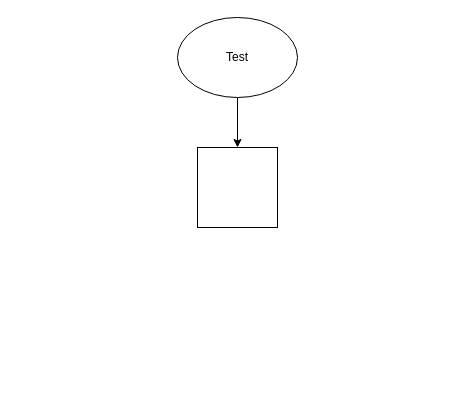
Above: First.drawio in johnhjwsosd/diagramRep (draw.io), before the change. Source tidied: cells renumbered, new cells numbered last; positions are measured from the earlier drawing's top-left corner, leaving out a move shared by most shapes. Both pictures are drawn from the tidied source at 100%, with x=0, y=0 at pixel (177, 17).
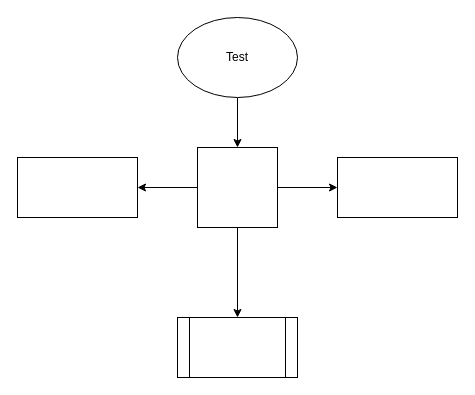
The same page after the edit.

What changed in the source:
```diff
@@
 <mxGraphModel>
   <root>
     <mxCell id="0" />
     <mxCell id="1" parent="0" />
     <mxCell id="2" style="edgeStyle=orthogonalEdgeStyle;rounded=0;jettySize=auto;html=1;exitX=0.5;exitY=1;exitDx=0;exitDy=0;entryX=0.5;entryY=0;entryDx=0;entryDy=0;" parent="1" edge="1" source="3" target="4">
       <mxGeometry relative="1" as="geometry" />
     </mxCell>
     <mxCell id="3" value="Test" style="ellipse;whiteSpace=wrap;html=1;" parent="1" vertex="1">
       <mxGeometry width="120" height="80" as="geometry" />
     </mxCell>
+    <mxCell id="5" style="edgeStyle=orthogonalEdgeStyle;rounded=0;jettySize=auto;html=1;" parent="1" edge="1" source="4" target="8">
+      <mxGeometry relative="1" as="geometry" />
+    </mxCell>
+    <mxCell id="6" style="edgeStyle=orthogonalEdgeStyle;rounded=0;jettySize=auto;html=1;" parent="1" edge="1" source="4" target="9">
+      <mxGeometry relative="1" as="geometry" />
+    </mxCell>
+    <mxCell id="7" style="edgeStyle=orthogonalEdgeStyle;rounded=0;jettySize=auto;html=1;" parent="1" edge="1" source="4" target="10">
+      <mxGeometry relative="1" as="geometry" />
+    </mxCell>
     <mxCell id="4" style="whiteSpace=wrap;html=1;" parent="1" vertex="1">
       <mxGeometry x="20" y="130" width="80" height="80" as="geometry" />
     </mxCell>
+    <mxCell id="8" style="whiteSpace=wrap;html=1;" parent="1" vertex="1">
+      <mxGeometry x="160" y="140" width="120" height="60" as="geometry" />
+    </mxCell>
+    <mxCell id="9" style="whiteSpace=wrap;html=1;" parent="1" vertex="1">
+      <mxGeometry x="-160" y="140" width="120" height="60" as="geometry" />
+    </mxCell>
+    <mxCell id="10" style="shape=process;whiteSpace=wrap;html=1;backgroundOutline=1;" parent="1" vertex="1">
+      <mxGeometry y="300" width="120" height="60" as="geometry" />
+    </mxCell>
   </root>
 </mxGraphModel>
```
